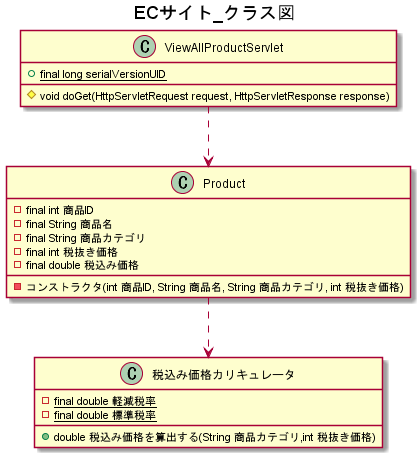
The PlantUML diagram UML/ECサイト_クラス図.png in wnakayama/ojt_ecsite, before a commit. Its diagram source:
```plantuml
@startuml
title ECサイト_クラス図

class ViewAllProductServlet {
    +{static} final long serialVersionUID

    #void doGet(HttpServletRequest request, HttpServletResponse response)
}

ViewAllProductServlet ..> Product
class Product {

    -final int 商品ID
    -final String 商品名
    -final String 商品カテゴリ
    -final int 税抜き価格
    -final double 税込み価格

    -コンストラクタ(int 商品ID, String 商品名, String 商品カテゴリ, int 税抜き価格)
}

Product ..> 税込み価格カリキュレータ
class 税込み価格カリキュレータ {
    -{static}final double 軽減税率
    -{static}final double 標準税率

    +double 税込み価格を算出する(String 商品カテゴリ,int 税抜き価格)
}

@enduml
```
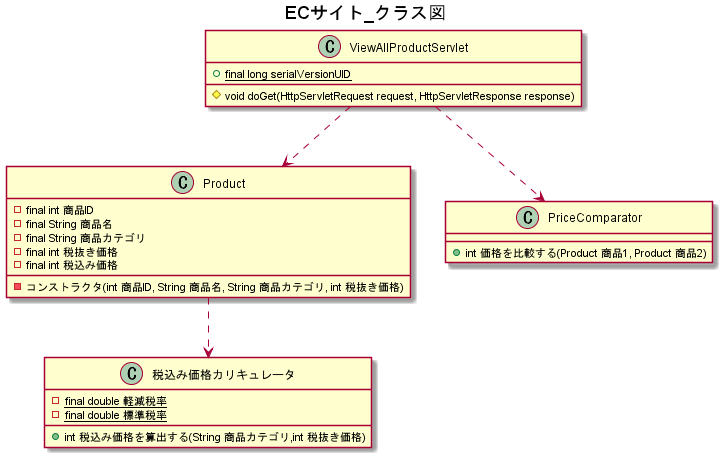
Above is the later version.

Diff of the diagram source:
```diff
@@ -9,12 +9,11 @@
 
 ViewAllProductServlet ..> Product
 class Product {
-
     -final int 商品ID
     -final String 商品名
     -final String 商品カテゴリ
     -final int 税抜き価格
-    -final double 税込み価格
+    -final int 税込み価格
 
     -コンストラクタ(int 商品ID, String 商品名, String 商品カテゴリ, int 税抜き価格)
 }
@@ -24,7 +23,12 @@
     -{static}final double 軽減税率
     -{static}final double 標準税率
 
-    +double 税込み価格を算出する(String 商品カテゴリ,int 税抜き価格)
+    +int 税込み価格を算出する(String 商品カテゴリ,int 税抜き価格)
+}
+
+ViewAllProductServlet ..> PriceComparator
+class PriceComparator {
+    +int 価格を比較する(Product 商品1, Product 商品2)
 }
 
 @enduml
```
